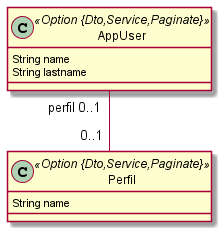
Earlier version of the PlantUML export myapp.png (tonporaqui/testjh).
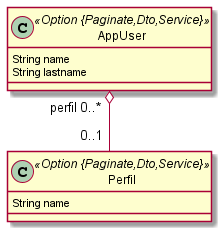
The same file after the commit.

Change to the diagram source:
```diff
@@ -1,11 +1,11 @@
 @startuml
 	!pragma syntax class
-	class AppUser <<Option {Dto,Service,Paginate}>> {
+	class AppUser <<Option {Paginate,Dto,Service}>> {
 		String name
 		String lastname
 	}
-	class Perfil <<Option {Dto,Service,Paginate}>> {
+	class Perfil <<Option {Paginate,Dto,Service}>> {
 		String name
 	}
-	AppUser  "perfil 0..1 " -- "0..1 "  Perfil
+	AppUser  "perfil 0..* " o-- "0..1 "  Perfil
 @enduml
```
